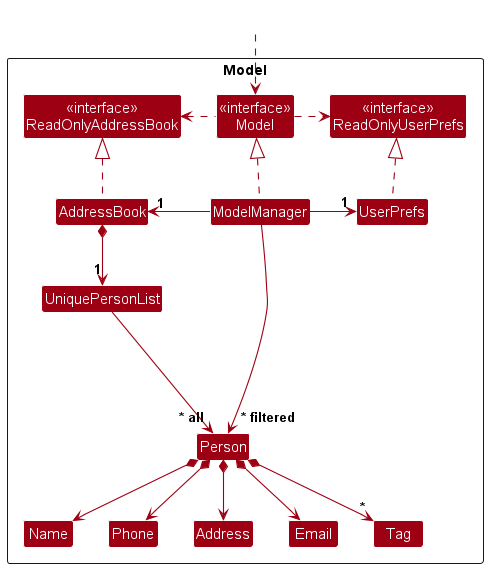
This is docs/images/ModelClassDiagram.png from nus-cs2103-AY2425S1/tp, a PlantUML export, as it was before one commit.
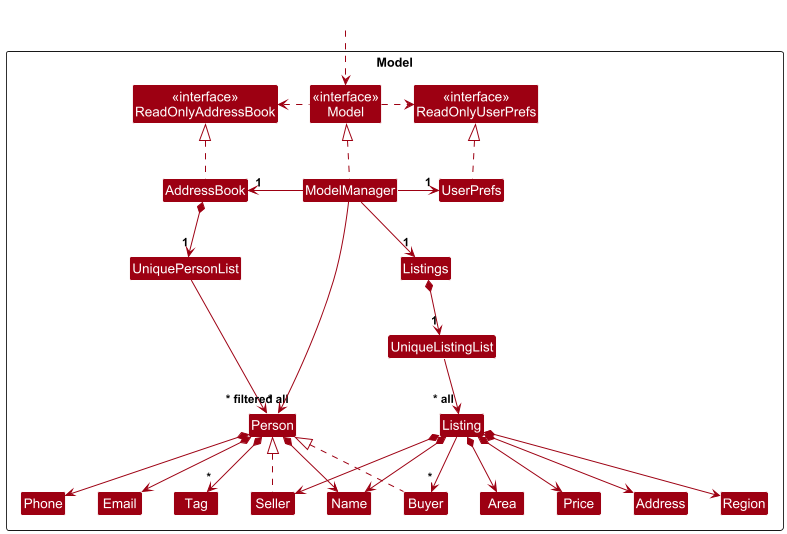
The same diagram one commit later.

The edit, as a diff of the source:
```diff
@@ -11,14 +11,23 @@
 Class AddressBook
 Class ModelManager
 Class UserPrefs
+Class Listings
 
 Class UniquePersonList
 Class Person
-Class Address
 Class Email
 Class Name
 Class Phone
 Class Tag
+Class Buyer
+Class Seller
+Class UniqueListingList
+Class Region
+Class Area
+Class Price
+Class Listing
+Class Address
+Class Name
 
 Class I #FFFFFF
 }
@@ -33,22 +42,36 @@
 Model .left.> ReadOnlyAddressBook
 ModelManager -left-> "1" AddressBook
 ModelManager -right-> "1" UserPrefs
+ModelManager -down-> "1" Listings
+
 UserPrefs .up.|> ReadOnlyUserPrefs
+Seller .up.|> Person
+Buyer .up.|> Person
 
 AddressBook *--> "1" UniquePersonList
+Listings *--> "1" UniqueListingList
 UniquePersonList --> "~* all" Person
+UniqueListingList --> "~* all" Listing
 Person *--> Name
 Person *--> Phone
 Person *--> Email
-Person *--> Address
 Person *--> "*" Tag
+Listing *--> Name
+Listing *--> Address
+Listing *--> Price
+Listing *--> Area
+Listing *--> Region
+Listing --> "*" Buyer
+Listing *--> Seller
 
 Person -[hidden]up--> I
 UniquePersonList -[hidden]right-> I
 
+Name -[hidden]left-> Address
+Address -[hidden]left-> Seller
+
 Name -[hidden]right-> Phone
-Phone -[hidden]right-> Address
-Address -[hidden]right-> Email
+Phone -[hidden]right-> Email
 
 ModelManager --> "~* filtered" Person
 @enduml
```
